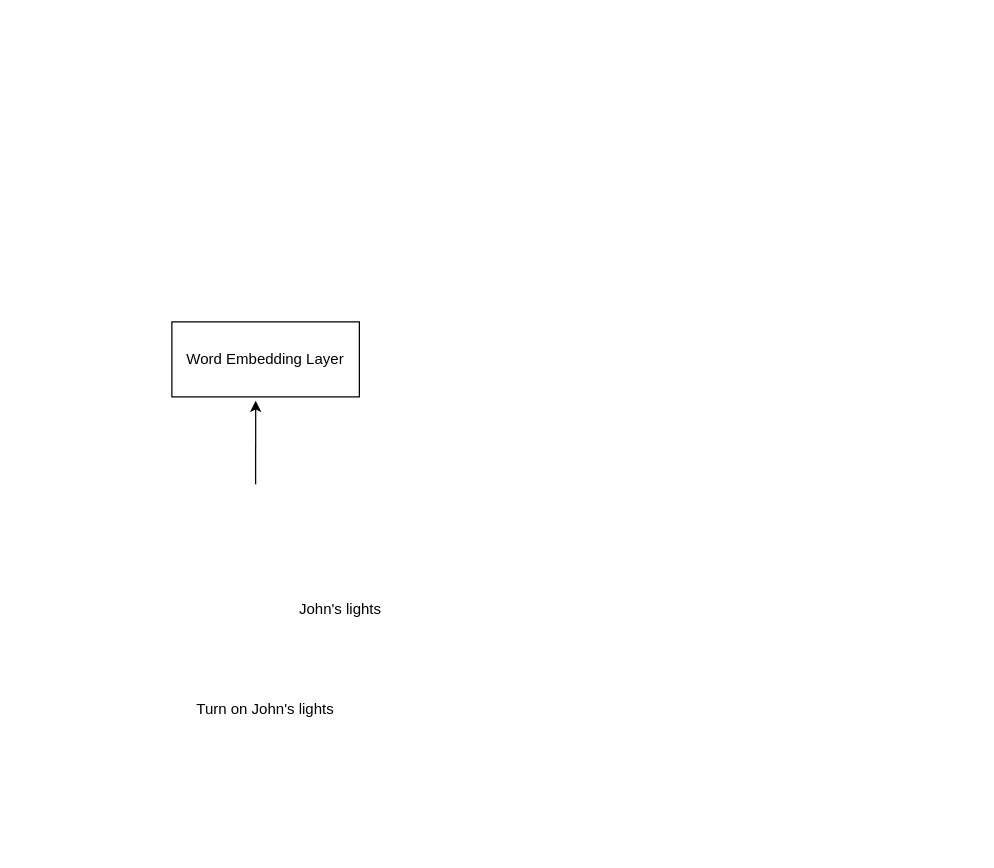
Earlier version of the draw.io diagram arch.drawio (johntiger1/architecture-diagrams). Source tidied: cells renumbered, new cells numbered last; positions are measured from the earlier drawing's top-left corner, leaving out a move shared by most shapes. Both pictures are drawn from the tidied source at 125%, with x=0, y=0 at pixel (171, 321).
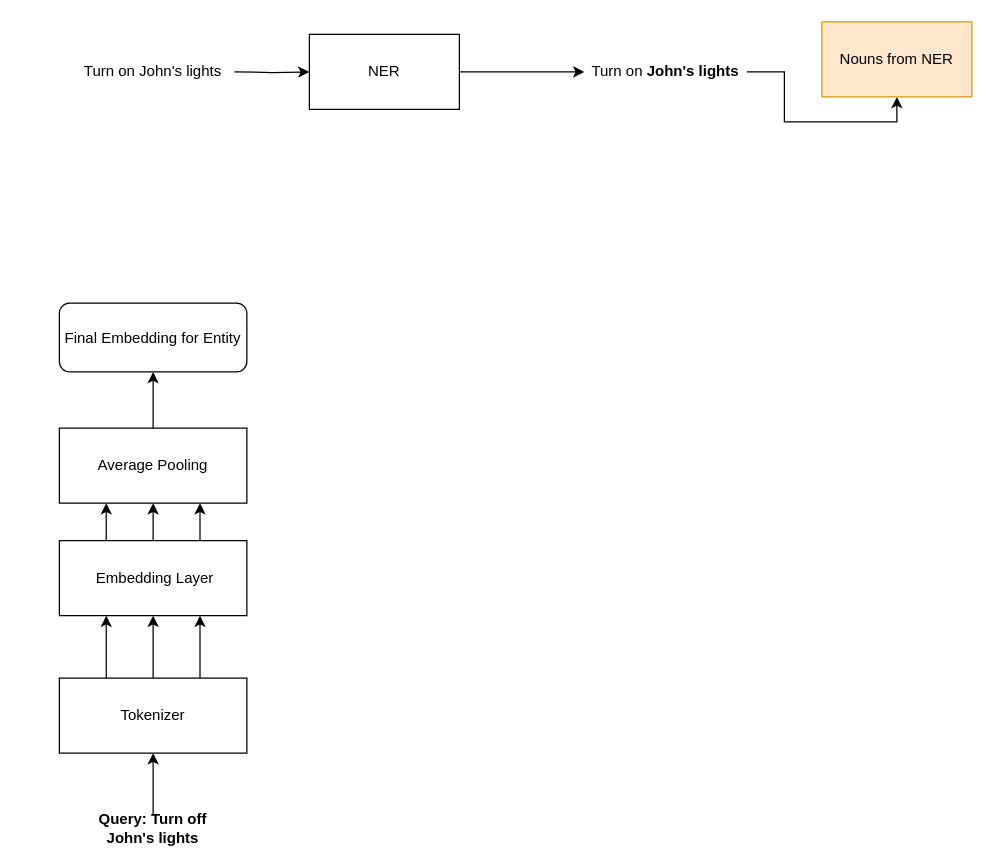
The same diagram, later.

Change to the diagram source:
```diff
@@
+    <mxCell id="6" style="edgeStyle=orthogonalEdgeStyle;rounded=0;jettySize=auto;html=1;exitX=0.5;exitY=0;exitDx=0;exitDy=0;entryX=0.5;entryY=1;entryDx=0;entryDy=0;" parent="1" edge="1" source="2" target="22">
+      <mxGeometry relative="1" as="geometry" />
+    </mxCell>
+    <mxCell id="7" style="edgeStyle=orthogonalEdgeStyle;rounded=0;jettySize=auto;html=1;exitX=0.25;exitY=0;exitDx=0;exitDy=0;entryX=0.25;entryY=1;entryDx=0;entryDy=0;" parent="1" edge="1" source="2" target="22">
+      <mxGeometry relative="1" as="geometry" />
+    </mxCell>
+    <mxCell id="8" style="edgeStyle=orthogonalEdgeStyle;rounded=0;jettySize=auto;html=1;exitX=0.75;exitY=0;exitDx=0;exitDy=0;entryX=0.75;entryY=1;entryDx=0;entryDy=0;" parent="1" edge="1" source="2" target="22">
+      <mxGeometry relative="1" as="geometry" />
+    </mxCell>
-    <mxCell id="2" value="Word Embedding Layer" style="rounded=0;whiteSpace=wrap;html=1;" parent="1" vertex="1">
-      <mxGeometry width="150" height="60" as="geometry" />
+    <mxCell id="2" value="&amp;nbsp;Embedding Layer" style="rounded=0;whiteSpace=wrap;html=1;" parent="1" vertex="1">
+      <mxGeometry x="-90" y="175" width="150" height="60" as="geometry" />
     </mxCell>
-    <mxCell id="3" style="endArrow=classic;html=1;entryX=0.447;entryY=1.05;entryDx=0;entryDy=0;entryPerimeter=0;" parent="1" edge="1" target="2">
-      <mxGeometry relative="1" as="geometry">
-        <mxPoint x="67" y="130" as="sourcePoint" />
-      </mxGeometry>
-    </mxCell>
-    <mxCell id="4" value="John's lights" style="text;html=1;strokeColor=none;fillColor=none;align=center;verticalAlign=middle;whiteSpace=wrap;rounded=0;" parent="1" vertex="1">
-      <mxGeometry x="70" y="220" width="130" height="20" as="geometry" />
-    </mxCell>
+    <mxCell id="9" style="edgeStyle=orthogonalEdgeStyle;rounded=0;jettySize=auto;html=1;entryX=0;entryY=0.5;entryDx=0;entryDy=0;" parent="1" edge="1" target="13">
+      <mxGeometry relative="1" as="geometry">
+        <mxPoint x="50" y="-200" as="sourcePoint" />
+      </mxGeometry>
+    </mxCell>
+    <mxCell id="10" style="edgeStyle=orthogonalEdgeStyle;rounded=0;jettySize=auto;html=1;entryX=0.5;entryY=1;entryDx=0;entryDy=0;" parent="1" edge="1" source="11" target="16">
+      <mxGeometry relative="1" as="geometry" />
+    </mxCell>
+    <mxCell id="11" value="Turn on &lt;b&gt;John's lights&lt;/b&gt;" style="text;html=1;strokeColor=none;fillColor=none;align=center;verticalAlign=middle;whiteSpace=wrap;rounded=0;" parent="1" vertex="1">
+      <mxGeometry x="330" y="-210" width="130" height="20" as="geometry" />
+    </mxCell>
+    <mxCell id="12" style="edgeStyle=orthogonalEdgeStyle;rounded=0;jettySize=auto;html=1;" parent="1" edge="1" source="13" target="11">
+      <mxGeometry relative="1" as="geometry" />
+    </mxCell>
+    <mxCell id="13" value="NER" style="rounded=0;whiteSpace=wrap;html=1;" parent="1" vertex="1">
+      <mxGeometry x="110" y="-230" width="120" height="60" as="geometry" />
+    </mxCell>
+    <mxCell id="14" style="edgeStyle=orthogonalEdgeStyle;rounded=0;jettySize=auto;html=1;entryX=0.5;entryY=1;entryDx=0;entryDy=0;" parent="1" edge="1" source="15" target="20">
+      <mxGeometry relative="1" as="geometry" />
+    </mxCell>
+    <mxCell id="15" value="Query: Turn off John's lights" style="text;html=1;strokeColor=none;fillColor=none;align=center;verticalAlign=middle;whiteSpace=wrap;rounded=0;fontStyle=1;" parent="1" vertex="1">
+      <mxGeometry x="-70" y="395" width="110" height="20" as="geometry" />
+    </mxCell>
     <mxCell id="5" value="Turn on John's lights" style="text;html=1;strokeColor=none;fillColor=none;align=center;verticalAlign=middle;whiteSpace=wrap;rounded=0;" parent="1" vertex="1">
-      <mxGeometry x="10" y="300" width="130" height="20" as="geometry" />
+      <mxGeometry x="-120" y="-210" width="210" height="20" as="geometry" />
     </mxCell>
+    <mxCell id="16" value="Nouns from NER" style="rounded=0;whiteSpace=wrap;html=1;fillColor=#ffe6cc;strokeColor=#d79b00;" parent="1" vertex="1">
+      <mxGeometry x="520" y="-240" width="120" height="60" as="geometry" />
+    </mxCell>
+    <mxCell id="17" style="edgeStyle=orthogonalEdgeStyle;rounded=0;jettySize=auto;html=1;entryX=0.5;entryY=1;entryDx=0;entryDy=0;" parent="1" edge="1" source="20" target="2">
+      <mxGeometry relative="1" as="geometry" />
+    </mxCell>
+    <mxCell id="18" style="edgeStyle=orthogonalEdgeStyle;rounded=0;jettySize=auto;html=1;exitX=0.25;exitY=0;exitDx=0;exitDy=0;entryX=0.25;entryY=1;entryDx=0;entryDy=0;" parent="1" edge="1" source="20" target="2">
+      <mxGeometry relative="1" as="geometry" />
+    </mxCell>
+    <mxCell id="19" style="edgeStyle=orthogonalEdgeStyle;rounded=0;jettySize=auto;html=1;exitX=0.75;exitY=0;exitDx=0;exitDy=0;entryX=0.75;entryY=1;entryDx=0;entryDy=0;" parent="1" edge="1" source="20" target="2">
+      <mxGeometry relative="1" as="geometry" />
+    </mxCell>
+    <mxCell id="20" value="Tokenizer " style="rounded=0;whiteSpace=wrap;html=1;" parent="1" vertex="1">
+      <mxGeometry x="-90" y="285" width="150" height="60" as="geometry" />
+    </mxCell>
+    <mxCell id="21" style="edgeStyle=orthogonalEdgeStyle;rounded=0;jettySize=auto;html=1;exitX=0.5;exitY=0;exitDx=0;exitDy=0;entryX=0.5;entryY=1;entryDx=0;entryDy=0;" parent="1" edge="1" source="22" target="23">
+      <mxGeometry relative="1" as="geometry" />
+    </mxCell>
+    <mxCell id="22" value="Average Pooling" style="rounded=0;whiteSpace=wrap;html=1;" parent="1" vertex="1">
+      <mxGeometry x="-90" y="85" width="150" height="60" as="geometry" />
+    </mxCell>
+    <mxCell id="23" value="Final Embedding for Entity" style="rounded=1;whiteSpace=wrap;html=1;" parent="1" vertex="1">
+      <mxGeometry x="-90" y="-15" width="150" height="55" as="geometry" />
+    </mxCell>
```
